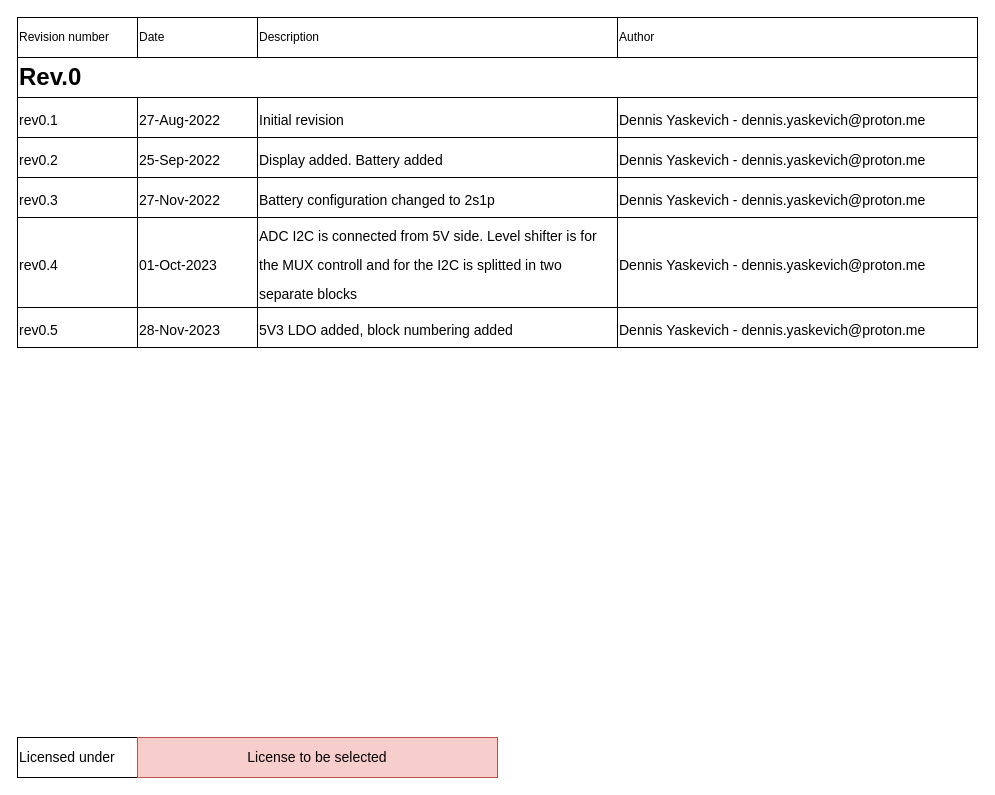
This is page "Revision history" (2 of 2) of Electronics/2_Block-diagram/Flexi-TEER_diagram.drawio from mdanderson03/Flexi-TEER, a draw.io file, before an edit. Source tidied: cells renumbered, new cells numbered last; positions are measured from the earlier drawing's top-left corner, leaving out a move shared by most shapes. Both pictures are drawn from the tidied source at 100%, with x=0, y=0 at pixel (17, 17).
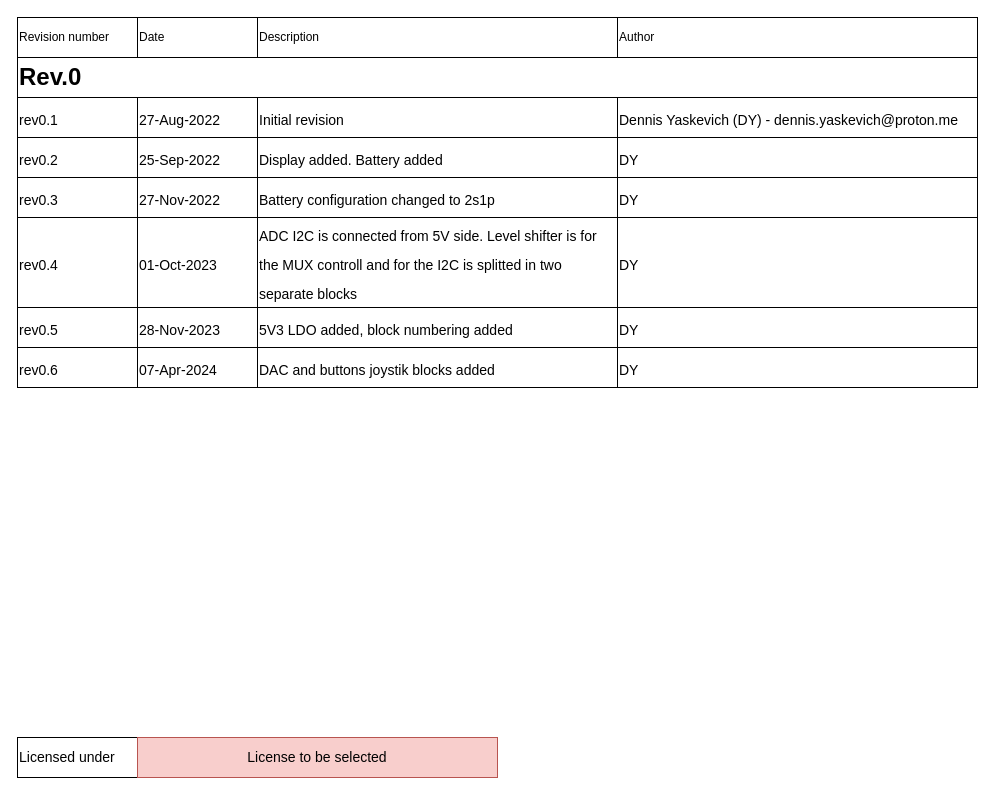
The same diagram, later.

The edit, as a diff of the source:
```diff
@@
-    <mxCell id="10" value="&lt;h1&gt;&lt;span style=&quot;background-color: initial; font-size: 14px; font-weight: normal;&quot;&gt;Dennis Yaskevich - dennis.yaskevich@proton.me&lt;br&gt;&lt;/span&gt;&lt;/h1&gt;" style="rounded=0;whiteSpace=wrap;html=1;align=left;" parent="1" vertex="1">
+    <mxCell id="10" value="&lt;h1&gt;&lt;span style=&quot;background-color: initial; font-size: 14px; font-weight: normal;&quot;&gt;Dennis Yaskevich (DY) - dennis.yaskevich@proton.me&lt;br&gt;&lt;/span&gt;&lt;/h1&gt;" style="rounded=0;whiteSpace=wrap;html=1;align=left;" parent="1" vertex="1">
       <mxGeometry x="600" y="80" width="360" height="40" as="geometry" />
     </mxCell>
@@
-    <mxCell id="16" value="&lt;h1&gt;&lt;span style=&quot;background-color: initial; font-size: 14px; font-weight: normal;&quot;&gt;Dennis Yaskevich - dennis.yaskevich@proton.me&lt;br&gt;&lt;/span&gt;&lt;/h1&gt;" style="rounded=0;whiteSpace=wrap;html=1;align=left;" parent="1" vertex="1">
+    <mxCell id="16" value="&lt;h1&gt;&lt;span style=&quot;background-color: initial; font-size: 14px; font-weight: normal;&quot;&gt;DY&lt;br&gt;&lt;/span&gt;&lt;/h1&gt;" style="rounded=0;whiteSpace=wrap;html=1;align=left;" parent="1" vertex="1">
       <mxGeometry x="600" y="120" width="360" height="40" as="geometry" />
     </mxCell>
@@
-    <mxCell id="20" value="&lt;h1&gt;&lt;span style=&quot;background-color: initial; font-size: 14px; font-weight: normal;&quot;&gt;Dennis Yaskevich - dennis.yaskevich@proton.me&lt;br&gt;&lt;/span&gt;&lt;/h1&gt;" style="rounded=0;whiteSpace=wrap;html=1;align=left;" parent="1" vertex="1">
+    <mxCell id="20" value="&lt;h1&gt;&lt;span style=&quot;background-color: initial; font-size: 14px; font-weight: normal;&quot;&gt;DY&lt;br&gt;&lt;/span&gt;&lt;/h1&gt;" style="rounded=0;whiteSpace=wrap;html=1;align=left;" parent="1" vertex="1">
       <mxGeometry x="600" y="160" width="360" height="40" as="geometry" />
     </mxCell>
@@
-    <mxCell id="24" value="&lt;h1&gt;&lt;span style=&quot;background-color: initial; font-size: 14px; font-weight: normal;&quot;&gt;Dennis Yaskevich - dennis.yaskevich@proton.me&lt;br&gt;&lt;/span&gt;&lt;/h1&gt;" style="rounded=0;whiteSpace=wrap;html=1;align=left;" parent="1" vertex="1">
+    <mxCell id="24" value="&lt;h1&gt;&lt;span style=&quot;background-color: initial; font-size: 14px; font-weight: normal;&quot;&gt;DY&lt;br&gt;&lt;/span&gt;&lt;/h1&gt;" style="rounded=0;whiteSpace=wrap;html=1;align=left;" parent="1" vertex="1">
       <mxGeometry x="600" y="200" width="360" height="90" as="geometry" />
     </mxCell>
-    <mxCell id="25" value="&lt;h1&gt;&lt;span style=&quot;background-color: initial; font-size: 14px; font-weight: normal;&quot;&gt;Dennis Yaskevich - dennis.yaskevich@proton.me&lt;br&gt;&lt;/span&gt;&lt;/h1&gt;" style="rounded=0;whiteSpace=wrap;html=1;align=left;" parent="1" vertex="1">
+    <mxCell id="25" value="&lt;h1&gt;&lt;span style=&quot;background-color: initial; font-size: 14px; font-weight: normal;&quot;&gt;DY&lt;br&gt;&lt;/span&gt;&lt;/h1&gt;" style="rounded=0;whiteSpace=wrap;html=1;align=left;" parent="1" vertex="1">
       <mxGeometry x="600" y="290" width="360" height="40" as="geometry" />
     </mxCell>
@@
+    <mxCell id="29" value="&lt;h1&gt;&lt;span style=&quot;background-color: initial; font-size: 14px; font-weight: normal;&quot;&gt;DY&lt;br&gt;&lt;/span&gt;&lt;/h1&gt;" style="rounded=0;whiteSpace=wrap;html=1;align=left;" parent="1" vertex="1">
+      <mxGeometry x="600" y="330" width="360" height="40" as="geometry" />
+    </mxCell>
+    <mxCell id="30" value="&lt;h1&gt;&lt;span style=&quot;font-size: 14px; font-weight: 400;&quot;&gt;DAC and buttons joystik blocks added&lt;/span&gt;&lt;/h1&gt;" style="rounded=0;whiteSpace=wrap;html=1;align=left;" parent="1" vertex="1">
+      <mxGeometry x="240" y="330" width="360" height="40" as="geometry" />
+    </mxCell>
+    <mxCell id="31" value="&lt;h1 style=&quot;text-align: center;&quot;&gt;&lt;span style=&quot;font-size: 14px; font-weight: 400; background-color: initial;&quot;&gt;07-Apr-2024&lt;/span&gt;&lt;br&gt;&lt;/h1&gt;" style="rounded=0;whiteSpace=wrap;html=1;align=left;" parent="1" vertex="1">
+      <mxGeometry x="120" y="330" width="120" height="40" as="geometry" />
+    </mxCell>
+    <mxCell id="32" value="&lt;h1&gt;&lt;span style=&quot;background-color: initial; font-size: 14px; font-weight: normal;&quot;&gt;rev0.6&lt;/span&gt;&lt;/h1&gt;" style="rounded=0;whiteSpace=wrap;html=1;align=left;" parent="1" vertex="1">
+      <mxGeometry y="330" width="120" height="40" as="geometry" />
+    </mxCell>
```
